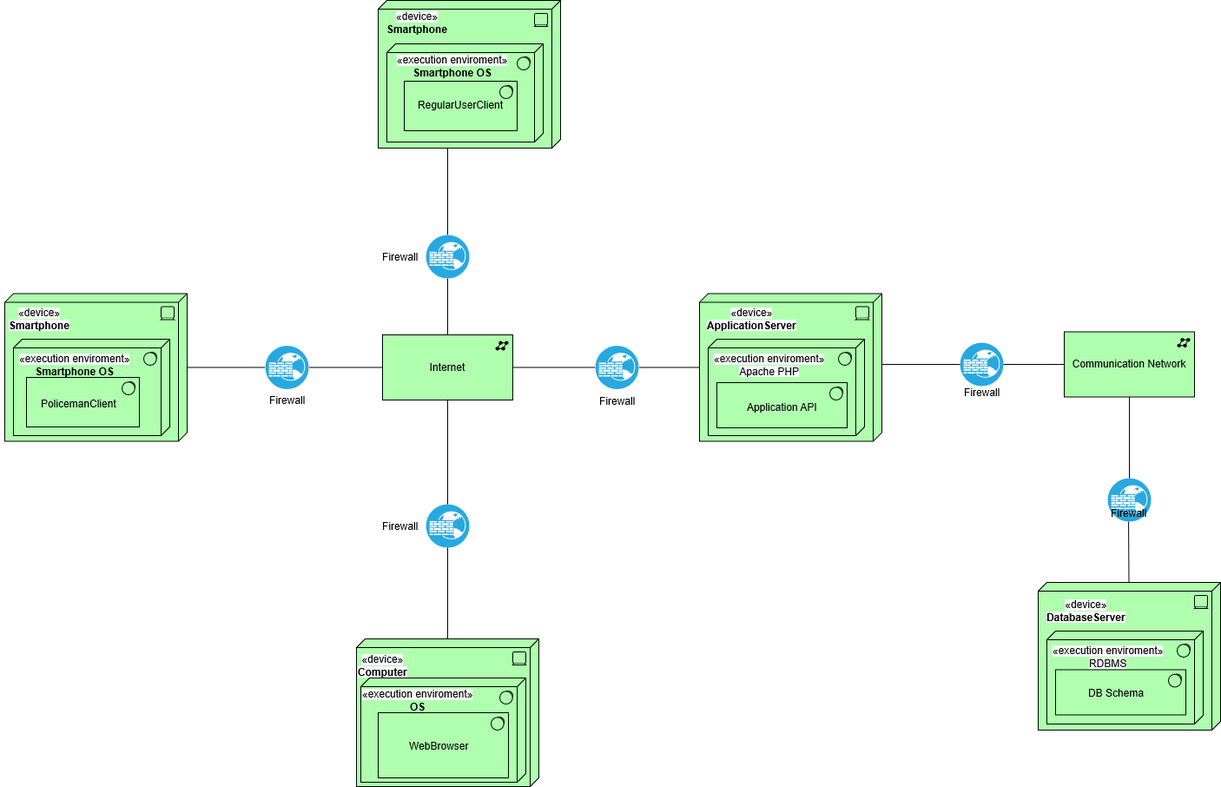
Earlier version of the draw.io export DD/Images/physical_view.png (fafrullo2/PanzeriPeruginiPipita). Source tidied: cells renumbered, new cells last; positions are measured from the earlier drawing's top-left corner, leaving out a move shared by most shapes.
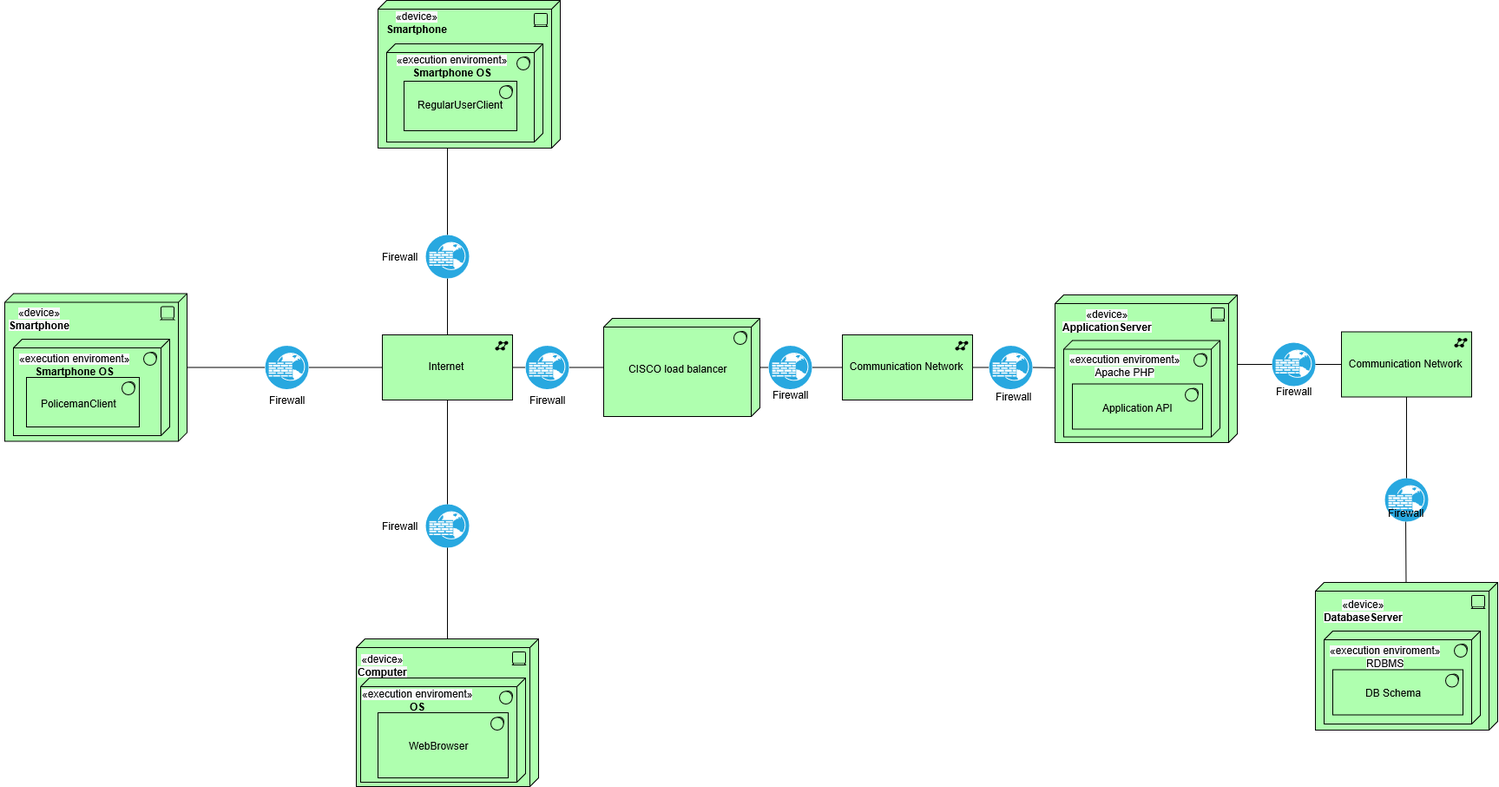
After the change.

Commit message:
Added load balancer, fixed some errors

Diff of the diagram source:
```diff
@@ -24,31 +24,31 @@
       <mxGeometry x="440" y="385" width="150" height="75" as="geometry" />
     </mxCell>
     <mxCell id="9" style="html=1;outlineConnect=0;whiteSpace=wrap;fillColor=#AFFFAF;shape=mxgraph.archimate3.tech;techType=device;" parent="1" vertex="1">
-      <mxGeometry x="805" y="337.5" width="210" height="170" as="geometry" />
+      <mxGeometry x="1215" y="339" width="210" height="170" as="geometry" />
     </mxCell>
     <mxCell id="10" style="html=1;whiteSpace=wrap;fillColor=#AFFFAF;shape=mxgraph.archimate3.tech;techType=sysSw;" parent="1" vertex="1">
-      <mxGeometry x="815" y="390" width="180" height="111" as="geometry" />
+      <mxGeometry x="1225" y="391.5" width="180" height="111" as="geometry" />
     </mxCell>
     <mxCell id="11" style="html=1;outlineConnect=0;whiteSpace=wrap;fillColor=#AFFFAF;shape=mxgraph.archimate3.tech;techType=device;" parent="1" vertex="1">
-      <mxGeometry x="1195" y="670" width="210" height="170" as="geometry" />
+      <mxGeometry x="1515" y="670" width="210" height="170" as="geometry" />
     </mxCell>
     <mxCell id="12" style="html=1;whiteSpace=wrap;fillColor=#AFFFAF;shape=mxgraph.archimate3.tech;techType=sysSw;" parent="1" vertex="1">
-      <mxGeometry x="1205" y="726" width="180" height="107" as="geometry" />
+      <mxGeometry x="1525" y="726" width="180" height="107" as="geometry" />
     </mxCell>
     <mxCell id="13" value="Communication Network" style="html=1;outlineConnect=0;whiteSpace=wrap;fillColor=#AFFFAF;shape=mxgraph.archimate3.application;appType=netw;archiType=square;" parent="1" vertex="1">
-      <mxGeometry x="1225" y="381.5" width="150" height="75" as="geometry" />
+      <mxGeometry x="1545" y="381.5" width="150" height="75" as="geometry" />
     </mxCell>
     <mxCell id="14" style="verticalLabelPosition=bottom;html=1;fillColor=#28A8E0;verticalAlign=top;points=[[0.145,0.145,0],[0.8555,0.145,0],[0.855,0.855,0],[0.145,0.855,0],[0.5,0,0], [1,0.5,0], [0.5,1,0],[0,0.5,0]];align=center;shape=mxgraph.cisco_safe.capability.web_application_firewall;" parent="1" vertex="1">
-      <mxGeometry x="685" y="397.5" width="50" height="50" as="geometry" />
+      <mxGeometry x="605" y="397.5" width="50" height="50" as="geometry" />
     </mxCell>
     <mxCell id="15" style="verticalLabelPosition=bottom;html=1;fillColor=#28A8E0;verticalAlign=top;points=[[0.145,0.145,0],[0.8555,0.145,0],[0.855,0.855,0],[0.145,0.855,0],[0.5,0,0], [1,0.5,0], [0.5,1,0],[0,0.5,0]];align=center;shape=mxgraph.cisco_safe.capability.web_application_firewall;" parent="1" vertex="1">
       <mxGeometry x="490" y="580" width="50" height="50" as="geometry" />
     </mxCell>
     <mxCell id="16" style="verticalLabelPosition=bottom;html=1;fillColor=#28A8E0;verticalAlign=top;points=[[0.145,0.145,0],[0.8555,0.145,0],[0.855,0.855,0],[0.145,0.855,0],[0.5,0,0], [1,0.5,0], [0.5,1,0],[0,0.5,0]];align=center;shape=mxgraph.cisco_safe.capability.web_application_firewall;" parent="1" vertex="1">
-      <mxGeometry x="1105" y="394" width="50" height="50" as="geometry" />
+      <mxGeometry x="1465" y="394" width="50" height="50" as="geometry" />
     </mxCell>
     <mxCell id="17" style="verticalLabelPosition=bottom;html=1;fillColor=#28A8E0;verticalAlign=top;points=[[0.145,0.145,0],[0.8555,0.145,0],[0.855,0.855,0],[0.145,0.855,0],[0.5,0,0], [1,0.5,0], [0.5,1,0],[0,0.5,0]];align=center;shape=mxgraph.cisco_safe.capability.web_application_firewall;" parent="1" vertex="1">
-      <mxGeometry x="1275" y="550" width="50" height="50" as="geometry" />
+      <mxGeometry x="1595" y="550" width="50" height="50" as="geometry" />
     </mxCell>
     <mxCell id="18" style="endArrow=none;html=1;entryX=0.5;entryY=0;entryDx=0;entryDy=0;entryPerimeter=0;" parent="1" edge="1" target="31">
       <mxGeometry relative="1" as="geometry">
@@ -70,12 +70,12 @@
     <mxCell id="23" style="endArrow=none;html=1;exitX=1;exitY=0.5;exitDx=0;exitDy=0;exitPerimeter=0;entryX=0;entryY=0.5;entryDx=0;entryDy=0;entryPerimeter=0;" parent="1" edge="1" source="8" target="14">
       <mxGeometry relative="1" as="geometry" />
     </mxCell>
-    <mxCell id="24" style="endArrow=none;html=1;exitX=1;exitY=0.5;exitDx=0;exitDy=0;exitPerimeter=0;entryX=0;entryY=0.5;entryDx=0;entryDy=0;entryPerimeter=0;" parent="1" edge="1" source="14" target="9">
+    <mxCell id="24" style="endArrow=none;html=1;exitX=1;exitY=0.5;exitDx=0;exitDy=0;exitPerimeter=0;" parent="1" edge="1" source="65" target="9">
       <mxGeometry relative="1" as="geometry" />
     </mxCell>
     <mxCell id="25" style="endArrow=none;html=1;entryX=0;entryY=0.5;entryDx=0;entryDy=0;entryPerimeter=0;" parent="1" edge="1" target="16">
       <mxGeometry relative="1" as="geometry">
-        <mxPoint x="1015" y="419" as="sourcePoint" />
+        <mxPoint x="1425" y="419" as="sourcePoint" />
       </mxGeometry>
     </mxCell>
     <mxCell id="26" style="endArrow=none;html=1;exitX=1;exitY=0.5;exitDx=0;exitDy=0;exitPerimeter=0;entryX=0;entryY=0.5;entryDx=0;entryDy=0;entryPerimeter=0;" parent="1" edge="1" source="16" target="13">
@@ -106,10 +106,10 @@
       <mxGeometry x="435" y="10" width="90" height="30" as="geometry" />
     </mxCell>
     <mxCell id="35" value="&lt;span style=&quot;display: inline ; float: none ; background-color: rgb(248 , 249 , 250) ; color: rgb(0 , 0 , 0) ; font-family: &amp;#34;helvetica&amp;#34; ; font-size: 12px ; font-style: normal ; font-variant: normal ; font-weight: normal ; letter-spacing: normal ; line-height: 1.2 ; overflow-wrap: normal ; text-align: center ; text-decoration: none ; text-indent: 0px ; text-transform: none ; white-space: nowrap ; word-spacing: 0px&quot;&gt;«device»&lt;br&gt;&lt;b&gt;ApplicationServer&lt;/b&gt;&lt;/span&gt;" style="text;html=1;align=center;verticalAlign=middle;" parent="1" vertex="1">
-      <mxGeometry x="805" y="351.5" width="120" height="30" as="geometry" />
+      <mxGeometry x="1215" y="353" width="120" height="30" as="geometry" />
     </mxCell>
     <mxCell id="36" value="&lt;span style=&quot;display: inline ; float: none ; background-color: rgb(248 , 249 , 250) ; color: rgb(0 , 0 , 0) ; font-family: &amp;#34;helvetica&amp;#34; ; font-size: 12px ; font-style: normal ; font-variant: normal ; font-weight: normal ; letter-spacing: normal ; line-height: 1.2 ; overflow-wrap: normal ; text-align: center ; text-decoration: none ; text-indent: 0px ; text-transform: none ; white-space: nowrap ; word-spacing: 0px&quot;&gt;«device»&lt;br&gt;&lt;b&gt;&lt;font style=&quot;background-color: transparent&quot;&gt;DatabaseServer&lt;/font&gt;&lt;/b&gt;&lt;/span&gt;" style="text;html=1;align=center;verticalAlign=middle;" parent="1" vertex="1">
-      <mxGeometry x="1195" y="687.5" width="110" height="30" as="geometry" />
+      <mxGeometry x="1515" y="687.5" width="110" height="30" as="geometry" />
     </mxCell>
     <mxCell id="37" value="&lt;span style=&quot;display: inline ; float: none ; background-color: rgb(248 , 249 , 250) ; color: rgb(0 , 0 , 0) ; font-family: &amp;#34;helvetica&amp;#34; ; font-size: 12px ; font-style: normal ; font-variant: normal ; font-weight: normal ; letter-spacing: normal ; line-height: 1.2 ; overflow-wrap: normal ; text-align: center ; text-decoration: none ; text-indent: 0px ; text-transform: none ; white-space: nowrap ; word-spacing: 0px&quot;&gt;«execution enviroment»&lt;/span&gt;&lt;br style=&quot;color: rgb(0 , 0 , 0) ; font-family: &amp;#34;helvetica&amp;#34; ; font-size: 12px ; font-style: normal ; font-variant: normal ; font-weight: 400 ; letter-spacing: normal ; text-align: center ; text-decoration: none ; text-indent: 0px ; text-transform: none ; white-space: nowrap ; word-spacing: 0px&quot;&gt;&lt;b&gt;&lt;font face=&quot;&amp;#34;helvetica&amp;#34;&quot;&gt;Smartphone OS&lt;/font&gt;&lt;/b&gt;" style="text;html=1;align=center;verticalAlign=middle;" parent="1" vertex="1">
       <mxGeometry x="450" y="60" width="140" height="30" as="geometry" />
@@ -139,7 +139,7 @@
       <mxGeometry x="465" y="847.5" width="80" height="20" as="geometry" />
     </mxCell>
     <mxCell id="46" value="Firewall" style="text;html=1;align=center;verticalAlign=middle;" parent="1" vertex="1">
-      <mxGeometry x="680" y="450.5" width="60" height="20" as="geometry" />
+      <mxGeometry x="600" y="450" width="60" height="20" as="geometry" />
     </mxCell>
     <mxCell id="47" value="Firewall" style="text;html=1;align=center;verticalAlign=middle;" parent="1" vertex="1">
       <mxGeometry x="430" y="595" width="60" height="20" as="geometry" />
@@ -151,28 +151,58 @@
       <mxGeometry x="430" y="285" width="60" height="20" as="geometry" />
     </mxCell>
     <mxCell id="50" value="Firewall" style="text;html=1;align=center;verticalAlign=middle;" parent="1" vertex="1">
-      <mxGeometry x="1100" y="440.5" width="60" height="20" as="geometry" />
+      <mxGeometry x="1460" y="440" width="60" height="20" as="geometry" />
     </mxCell>
     <mxCell id="51" value="Firewall" style="text;html=1;align=center;verticalAlign=middle;points=[];" parent="1" vertex="1">
-      <mxGeometry x="1269" y="580" width="60" height="20" as="geometry" />
+      <mxGeometry x="1589" y="580" width="60" height="20" as="geometry" />
     </mxCell>
     <mxCell id="52" value="&lt;span style=&quot;display: inline ; float: none ; background-color: rgb(248 , 249 , 250) ; color: rgb(0 , 0 , 0) ; font-family: &amp;#34;helvetica&amp;#34; ; font-size: 12px ; font-style: normal ; font-variant: normal ; font-weight: normal ; letter-spacing: normal ; line-height: 1.2 ; overflow-wrap: normal ; text-align: center ; text-decoration: none ; text-indent: 0px ; text-transform: none ; white-space: nowrap ; word-spacing: 0px&quot;&gt;«execution enviroment»&lt;br&gt;Apache PHP&lt;br&gt;&lt;/span&gt;" style="text;html=1;align=center;verticalAlign=middle;" parent="1" vertex="1">
-      <mxGeometry x="815" y="404" width="140" height="30" as="geometry" />
+      <mxGeometry x="1225" y="405.5" width="140" height="30" as="geometry" />
     </mxCell>
     <mxCell id="53" style="html=1;whiteSpace=wrap;fillColor=#AFFFAF;shape=mxgraph.archimate3.application;appType=sysSw;archiType=square;" parent="1" vertex="1">
-      <mxGeometry x="825" y="440" width="150" height="52" as="geometry" />
+      <mxGeometry x="1235" y="441.5" width="150" height="52" as="geometry" />
     </mxCell>
     <mxCell id="54" value="Application API" style="text;html=1;align=center;verticalAlign=middle;" parent="1" vertex="1">
-      <mxGeometry x="850" y="457.5" width="100" height="20" as="geometry" />
+      <mxGeometry x="1260" y="459" width="100" height="20" as="geometry" />
     </mxCell>
     <mxCell id="55" value="&lt;span style=&quot;display: inline ; float: none ; background-color: rgb(248 , 249 , 250) ; color: rgb(0 , 0 , 0) ; font-family: &amp;#34;helvetica&amp;#34; ; font-size: 12px ; font-style: normal ; font-variant: normal ; font-weight: normal ; letter-spacing: normal ; line-height: 1.2 ; overflow-wrap: normal ; text-align: center ; text-decoration: none ; text-indent: 0px ; text-transform: none ; white-space: nowrap ; word-spacing: 0px&quot;&gt;«execution enviroment»&lt;br&gt;RDBMS&lt;br&gt;&lt;/span&gt;" style="text;html=1;align=center;verticalAlign=middle;" parent="1" vertex="1">
-      <mxGeometry x="1205" y="740" width="140" height="30" as="geometry" />
+      <mxGeometry x="1525" y="740" width="140" height="30" as="geometry" />
     </mxCell>
     <mxCell id="56" style="html=1;whiteSpace=wrap;fillColor=#AFFFAF;shape=mxgraph.archimate3.application;appType=sysSw;archiType=square;" parent="1" vertex="1">
-      <mxGeometry x="1215" y="770.5" width="150" height="52" as="geometry" />
+      <mxGeometry x="1535" y="770.5" width="150" height="52" as="geometry" />
     </mxCell>
     <mxCell id="57" value="DB Schema" style="text;html=1;align=center;verticalAlign=middle;" parent="1" vertex="1">
-      <mxGeometry x="1245" y="786.5" width="80" height="20" as="geometry" />
+      <mxGeometry x="1565" y="786.5" width="80" height="20" as="geometry" />
     </mxCell>
+    <mxCell id="58" style="html=1;outlineConnect=0;whiteSpace=wrap;fillColor=#AFFFAF;shape=mxgraph.archimate3.tech;techType=sysSw;" parent="1" vertex="1">
+      <mxGeometry x="695" y="366" width="180" height="113" as="geometry" />
+    </mxCell>
+    <mxCell id="59" style="endArrow=none;html=1;exitX=1;exitY=0.5;exitDx=0;exitDy=0;exitPerimeter=0;" parent="1" edge="1" source="14" target="58">
+      <mxGeometry relative="1" as="geometry" />
+    </mxCell>
+    <mxCell id="60" value="CISCO load balancer" style="text;html=1;align=center;verticalAlign=middle;" parent="1" vertex="1">
+      <mxGeometry x="715" y="414" width="130" height="20" as="geometry" />
+    </mxCell>
+    <mxCell id="61" value="Firewall" style="text;html=1;align=center;verticalAlign=middle;" parent="1" vertex="1">
+      <mxGeometry x="880" y="444" width="60" height="20" as="geometry" />
+    </mxCell>
+    <mxCell id="62" value="Firewall" style="text;html=1;align=center;verticalAlign=middle;" parent="1" vertex="1">
+      <mxGeometry x="1137.5" y="445.5" width="60" height="20" as="geometry" />
+    </mxCell>
+    <mxCell id="63" style="verticalLabelPosition=bottom;html=1;fillColor=#28A8E0;verticalAlign=top;points=[[0.145,0.145,0],[0.8555,0.145,0],[0.855,0.855,0],[0.145,0.855,0],[0.5,0,0], [1,0.5,0], [0.5,1,0],[0,0.5,0]];align=center;shape=mxgraph.cisco_safe.capability.web_application_firewall;" parent="1" vertex="1">
+      <mxGeometry x="885" y="397.5" width="50" height="50" as="geometry" />
+    </mxCell>
+    <mxCell id="64" style="endArrow=none;html=1;exitX=1;exitY=0.5;exitDx=0;exitDy=0;exitPerimeter=0;entryX=0;entryY=0.5;entryDx=0;entryDy=0;entryPerimeter=0;" parent="1" edge="1" source="58" target="63">
+      <mxGeometry relative="1" as="geometry" />
+    </mxCell>
+    <mxCell id="65" style="verticalLabelPosition=bottom;html=1;fillColor=#28A8E0;verticalAlign=top;points=[[0.145,0.145,0],[0.8555,0.145,0],[0.855,0.855,0],[0.145,0.855,0],[0.5,0,0], [1,0.5,0], [0.5,1,0],[0,0.5,0]];align=center;shape=mxgraph.cisco_safe.capability.web_application_firewall;" parent="1" vertex="1">
+      <mxGeometry x="1139" y="397.5" width="50" height="50" as="geometry" />
+    </mxCell>
+    <mxCell id="66" style="endArrow=none;html=1;exitX=1;exitY=0.5;exitDx=0;exitDy=0;exitPerimeter=0;entryX=0;entryY=0.5;entryDx=0;entryDy=0;entryPerimeter=0;" parent="1" edge="1" source="63" target="65">
+      <mxGeometry relative="1" as="geometry" />
+    </mxCell>
+    <mxCell id="67" value="Communication Network" style="html=1;whiteSpace=wrap;fillColor=#AFFFAF;shape=mxgraph.archimate3.application;appType=netw;archiType=square;" parent="1" vertex="1">
+      <mxGeometry x="970" y="385" width="150" height="75" as="geometry" />
+    </mxCell>
   </root>
 </mxGraphModel>
```
